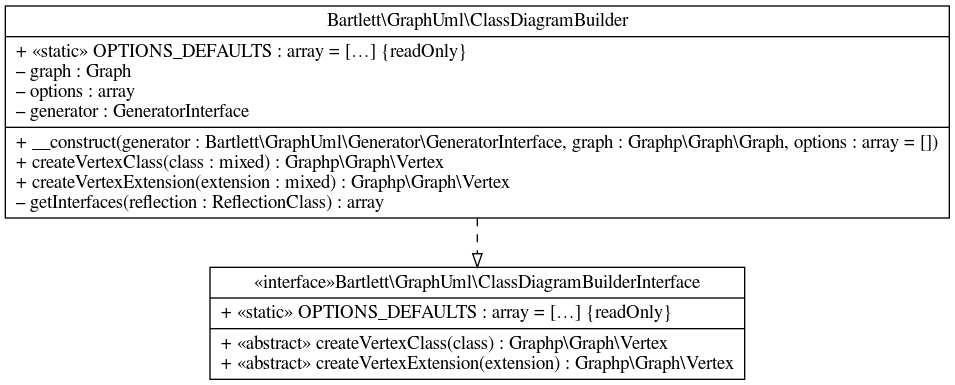
Before: docs/02_Cookbook/single_class.graphviz.png, a diagram exported from Graphviz (llaville/graph-uml). Its source is kept beside it as docs/02_Cookbook/single_class.record.gv. The source it was exported from:
```dot
digraph {
  "Bartlett\\GraphUml\\ClassDiagramBuilder" [shape="record" label="{
Bartlett\\GraphUml\\ClassDiagramBuilder|+ «static» OPTIONS_DEFAULTS : array = […] \{readOnly\}\l– graph : Graph\l– options : array\l– generator : GeneratorInterface\l|+ __construct(generator : Bartlett\\GraphUml\\Generator\\GeneratorInterface, graph : Graphp\\Graph\\Graph, options : array = [])\l+ createVertexClass(class : mixed) : Graphp\\Graph\\Vertex\l+ createVertexExtension(extension : mixed) : Graphp\\Graph\\Vertex\l– getInterfaces(reflection : ReflectionClass) : array\l}"]
  "Bartlett\\GraphUml\\ClassDiagramBuilderInterface" [shape="record" label="{«interface»
Bartlett\\GraphUml\\ClassDiagramBuilderInterface|+ «static» OPTIONS_DEFAULTS : array = […] \{readOnly\}\l|+ «abstract» createVertexClass(class) : Graphp\\Graph\\Vertex\l+ «abstract» createVertexExtension(extension) : Graphp\\Graph\\Vertex\l}"]
  "Bartlett\\GraphUml\\ClassDiagramBuilder" -> "Bartlett\\GraphUml\\ClassDiagramBuilderInterface" [arrowhead="empty" style="dashed"]
}
```
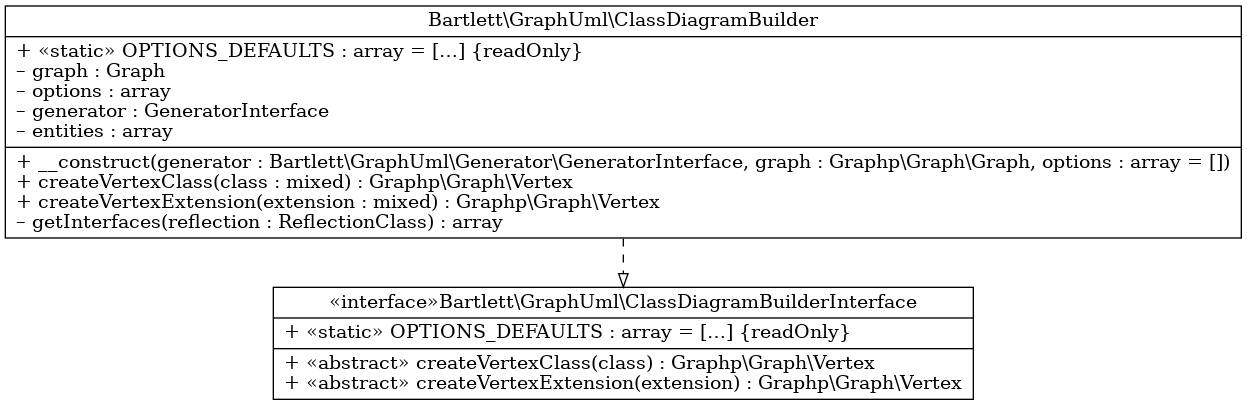
After the commit.

Change to the diagram source:
```diff
@@ -1,6 +1,6 @@
 digraph {
   "Bartlett\\GraphUml\\ClassDiagramBuilder" [shape="record" label="{
-Bartlett\\GraphUml\\ClassDiagramBuilder|+ «static» OPTIONS_DEFAULTS : array = […] \{readOnly\}\l– graph : Graph\l– options : array\l– generator : GeneratorInterface\l|+ __construct(generator : Bartlett\\GraphUml\\Generator\\GeneratorInterface, graph : Graphp\\Graph\\Graph, options : array = [])\l+ createVertexClass(class : mixed) : Graphp\\Graph\\Vertex\l+ createVertexExtension(extension : mixed) : Graphp\\Graph\\Vertex\l– getInterfaces(reflection : ReflectionClass) : array\l}"]
+Bartlett\\GraphUml\\ClassDiagramBuilder|+ «static» OPTIONS_DEFAULTS : array = […] \{readOnly\}\l– graph : Graph\l– options : array\l– generator : GeneratorInterface\l– entities : array\l|+ __construct(generator : Bartlett\\GraphUml\\Generator\\GeneratorInterface, graph : Graphp\\Graph\\Graph, options : array = [])\l+ createVertexClass(class : mixed) : Graphp\\Graph\\Vertex\l+ createVertexExtension(extension : mixed) : Graphp\\Graph\\Vertex\l– getInterfaces(reflection : ReflectionClass) : array\l}"]
   "Bartlett\\GraphUml\\ClassDiagramBuilderInterface" [shape="record" label="{«interface»
 Bartlett\\GraphUml\\ClassDiagramBuilderInterface|+ «static» OPTIONS_DEFAULTS : array = […] \{readOnly\}\l|+ «abstract» createVertexClass(class) : Graphp\\Graph\\Vertex\l+ «abstract» createVertexExtension(extension) : Graphp\\Graph\\Vertex\l}"]
   "Bartlett\\GraphUml\\ClassDiagramBuilder" -> "Bartlett\\GraphUml\\ClassDiagramBuilderInterface" [arrowhead="empty" style="dashed"]
```
